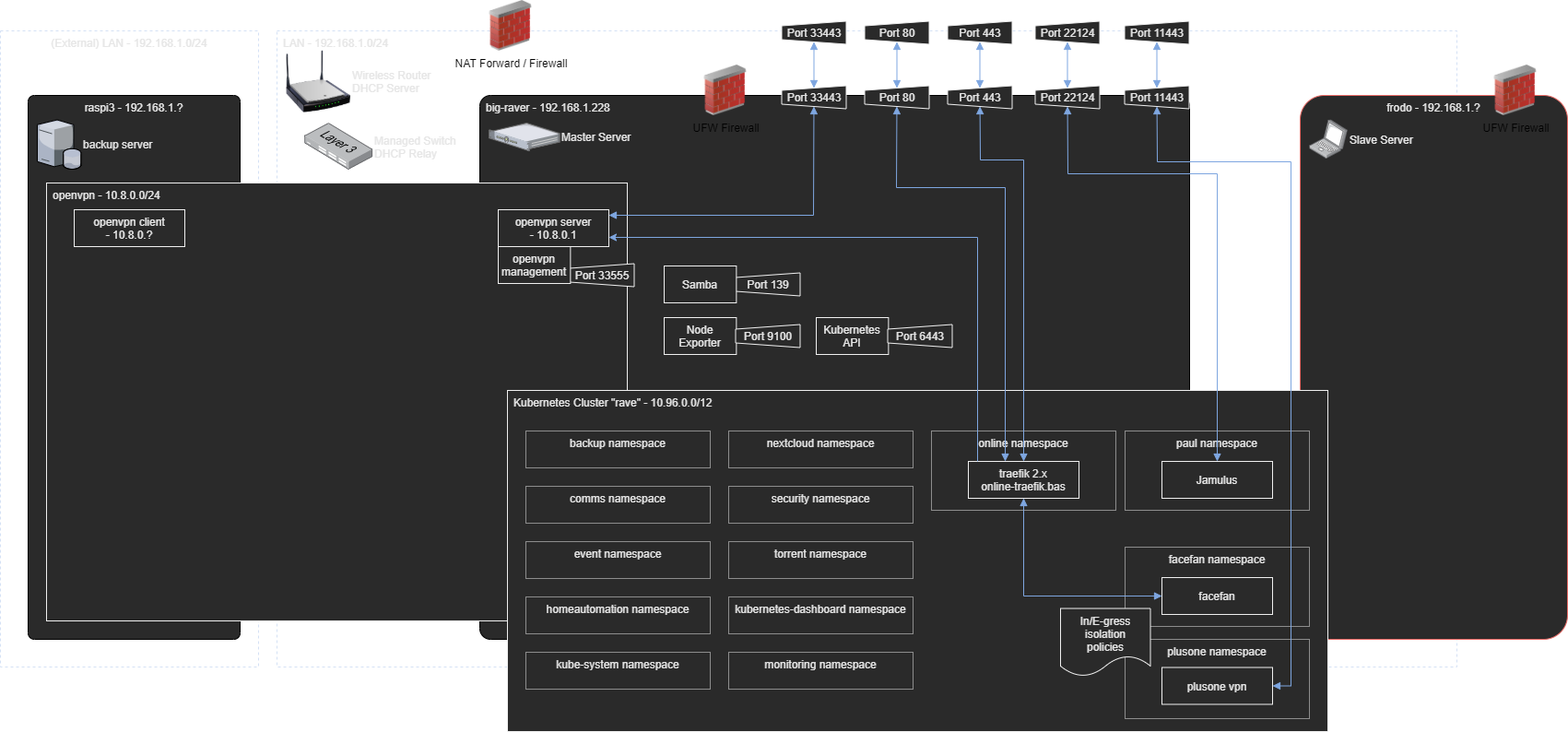
Before: images/la1r-diagrams-Network Arch - Data Layer.png, a diagram exported from draw.io (basraven/La1r). Source tidied: cells renumbered, new cells last; positions are measured from the earlier drawing's top-left corner, leaving out a move shared by most shapes.
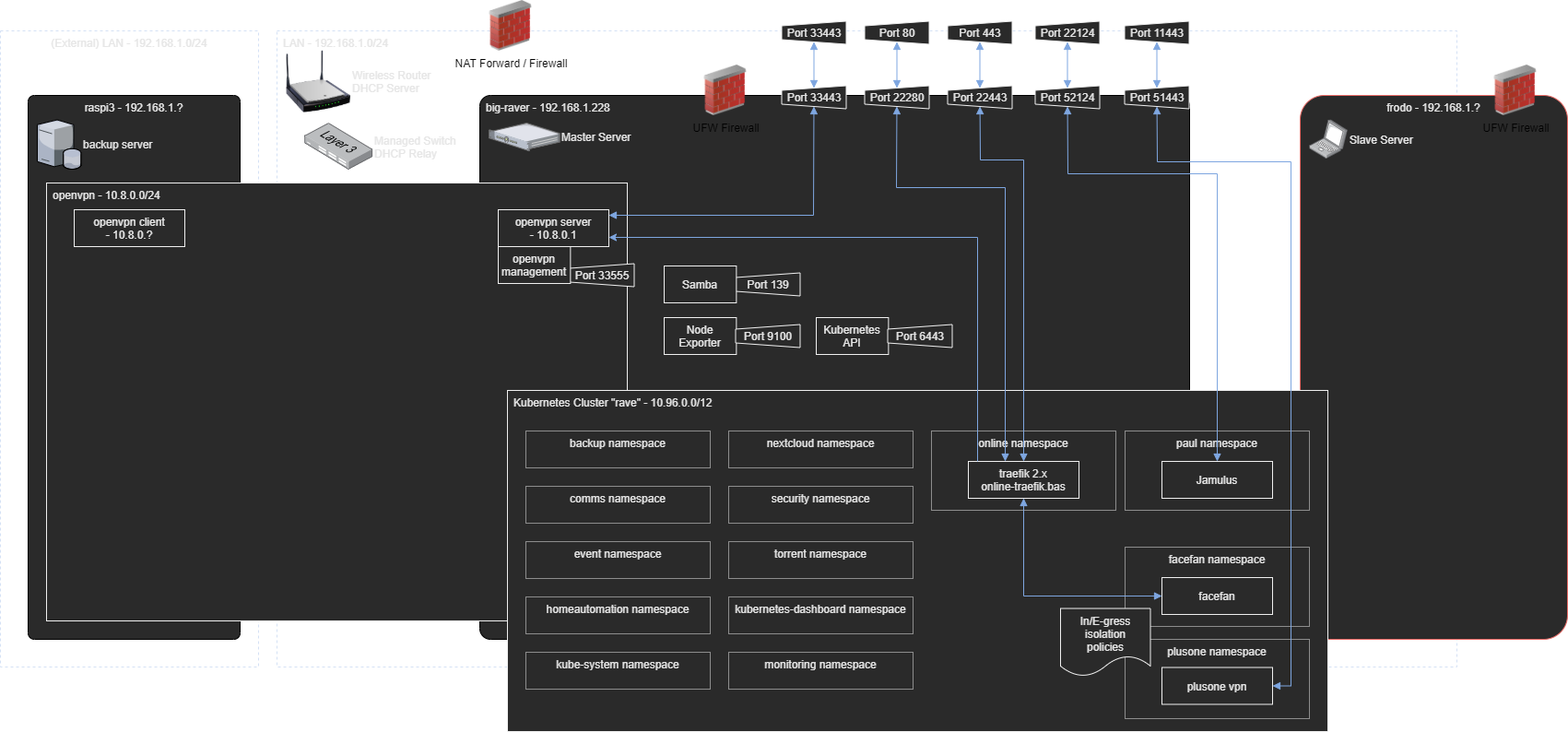
After the change.

What changed in the source:
```diff
@@ -8,7 +8,7 @@
     <mxCell id="3" value="big-raver - 192.168.1.228" style="rounded=1;whiteSpace=wrap;html=1;fontColor=#E6E6E6;arcSize=2;verticalAlign=top;fillColor=#2A2A2A;align=left;spacingLeft=5;" parent="1" vertex="1">
       <mxGeometry x="520" y="103" width="770" height="590" as="geometry" />
     </mxCell>
-    <mxCell id="4" value="Port 11443" style="shape=trapezoid;perimeter=trapezoidPerimeter;whiteSpace=wrap;html=1;rounded=0;comic=0;strokeColor=#f0f0f0;fillColor=#2a2a2a;fontColor=#E6E6E6;verticalAlign=middle;arcSize=3;rotation=90;flipH=1;flipV=1;horizontal=0;labelBackgroundColor=none;" parent="1" vertex="1">
+    <mxCell id="4" value="Port 51443" style="shape=trapezoid;perimeter=trapezoidPerimeter;whiteSpace=wrap;html=1;rounded=0;comic=0;strokeColor=#f0f0f0;fillColor=#2a2a2a;fontColor=#E6E6E6;verticalAlign=middle;arcSize=3;rotation=90;flipH=1;flipV=1;horizontal=0;labelBackgroundColor=none;" parent="1" vertex="1">
       <mxGeometry x="1242" y="70" width="25" height="70" as="geometry" />
     </mxCell>
     <mxCell id="5" value="(External) LAN - 192.168.1.0/24" style="rounded=0;whiteSpace=wrap;html=1;fontColor=#E6E6E6;verticalAlign=top;fillColor=none;dashed=1;strokeColor=#D4E1F5;" parent="1" vertex="1">
@@ -101,7 +101,7 @@
     <mxCell id="31" value="&lt;span&gt;Port 33443&lt;/span&gt;" style="shape=trapezoid;perimeter=trapezoidPerimeter;whiteSpace=wrap;html=1;rounded=0;comic=0;strokeColor=#f0f0f0;fillColor=#2a2a2a;fontColor=#E6E6E6;verticalAlign=middle;arcSize=3;rotation=90;flipH=1;flipV=1;horizontal=0;labelBackgroundColor=none;" parent="1" vertex="1">
       <mxGeometry x="870" y="70" width="25" height="70" as="geometry" />
     </mxCell>
-    <mxCell id="32" value="Port 80" style="shape=trapezoid;perimeter=trapezoidPerimeter;whiteSpace=wrap;html=1;rounded=0;comic=0;strokeColor=#f0f0f0;fillColor=#2a2a2a;fontColor=#E6E6E6;verticalAlign=middle;arcSize=3;rotation=90;flipH=1;flipV=1;horizontal=0;labelBackgroundColor=none;" parent="1" vertex="1">
+    <mxCell id="32" value="Port 22280" style="shape=trapezoid;perimeter=trapezoidPerimeter;whiteSpace=wrap;html=1;rounded=0;comic=0;strokeColor=#f0f0f0;fillColor=#2a2a2a;fontColor=#E6E6E6;verticalAlign=middle;arcSize=3;rotation=90;flipH=1;flipV=1;horizontal=0;labelBackgroundColor=none;" parent="1" vertex="1">
       <mxGeometry x="960" y="70" width="25" height="70" as="geometry" />
     </mxCell>
     <mxCell id="33" value="facefan namespace" style="rounded=0;whiteSpace=wrap;html=1;strokeColor=#f0f0f0;fillColor=#2a2a2a;fontColor=#E6E6E6;verticalAlign=top;arcSize=3;dashed=1;dashPattern=1 1;" parent="1" vertex="1">
@@ -161,7 +161,7 @@
         </Array>
       </mxGeometry>
     </mxCell>
-    <mxCell id="46" value="Port 443" style="shape=trapezoid;perimeter=trapezoidPerimeter;whiteSpace=wrap;html=1;rounded=0;comic=0;strokeColor=#f0f0f0;fillColor=#2a2a2a;fontColor=#E6E6E6;verticalAlign=middle;arcSize=3;rotation=90;flipH=1;flipV=1;horizontal=0;labelBackgroundColor=none;" parent="1" vertex="1">
+    <mxCell id="46" value="Port 22443" style="shape=trapezoid;perimeter=trapezoidPerimeter;whiteSpace=wrap;html=1;rounded=0;comic=0;strokeColor=#f0f0f0;fillColor=#2a2a2a;fontColor=#E6E6E6;verticalAlign=middle;arcSize=3;rotation=90;flipH=1;flipV=1;horizontal=0;labelBackgroundColor=none;" parent="1" vertex="1">
       <mxGeometry x="1050" y="70" width="25" height="70" as="geometry" />
     </mxCell>
     <mxCell id="47" value="Port 443" style="shape=trapezoid;perimeter=trapezoidPerimeter;whiteSpace=wrap;html=1;rounded=0;comic=0;strokeColor=#f0f0f0;fillColor=#2a2a2a;fontColor=#E6E6E6;verticalAlign=middle;arcSize=3;rotation=90;horizontal=0;flipH=1;flipV=1;labelBackgroundColor=none;" parent="1" vertex="1">
@@ -234,7 +234,7 @@
     <mxCell id="64" value="Jamulus" style="rounded=0;whiteSpace=wrap;html=1;strokeColor=#f0f0f0;fillColor=#2a2a2a;fontColor=#E6E6E6;verticalAlign=middle;arcSize=3;" parent="1" vertex="1">
       <mxGeometry x="1260" y="500" width="120" height="40" as="geometry" />
     </mxCell>
-    <mxCell id="65" value="Port 22124" style="shape=trapezoid;perimeter=trapezoidPerimeter;whiteSpace=wrap;html=1;rounded=0;comic=0;strokeColor=#f0f0f0;fillColor=#2a2a2a;fontColor=#E6E6E6;verticalAlign=middle;arcSize=3;rotation=90;flipH=1;flipV=1;horizontal=0;labelBackgroundColor=none;" parent="1" vertex="1">
+    <mxCell id="65" value="Port 52124" style="shape=trapezoid;perimeter=trapezoidPerimeter;whiteSpace=wrap;html=1;rounded=0;comic=0;strokeColor=#f0f0f0;fillColor=#2a2a2a;fontColor=#E6E6E6;verticalAlign=middle;arcSize=3;rotation=90;flipH=1;flipV=1;horizontal=0;labelBackgroundColor=none;" parent="1" vertex="1">
       <mxGeometry x="1145" y="70" width="25" height="70" as="geometry" />
     </mxCell>
     <mxCell id="66" value="Port 22124" style="shape=trapezoid;perimeter=trapezoidPerimeter;whiteSpace=wrap;html=1;rounded=0;comic=0;strokeColor=#f0f0f0;fillColor=#2a2a2a;fontColor=#E6E6E6;verticalAlign=middle;arcSize=3;rotation=90;horizontal=0;flipH=1;flipV=1;labelBackgroundColor=none;" parent="1" vertex="1">
```
